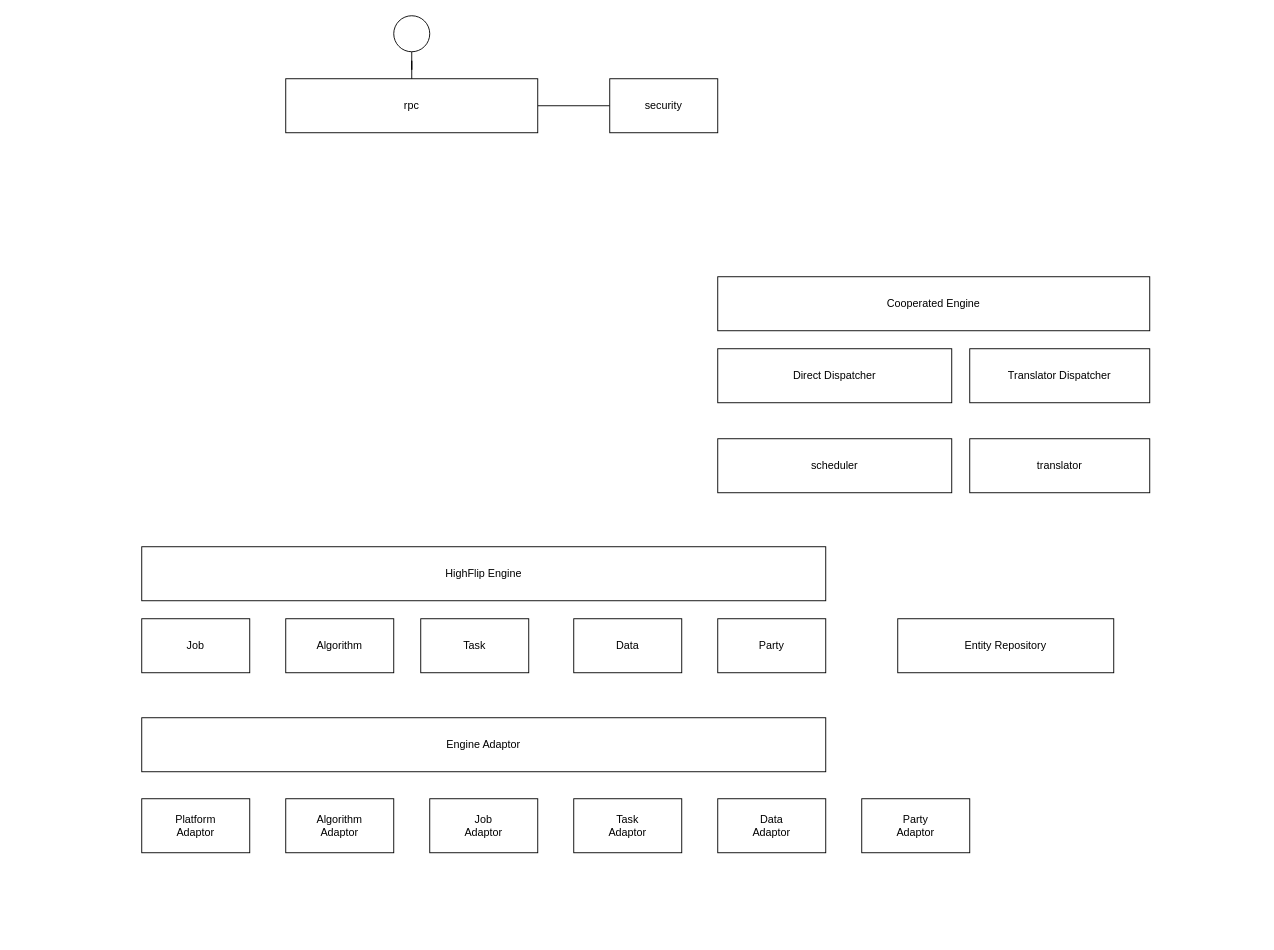
baidu/highflip keeps this draw.io diagram as page "Page-1" (1 of 9) of highflip-doc/doc/drawio/highflip-doc.drawio. Above is the earlier version. Source tidied: cells renumbered, new cells numbered last; positions are measured from the earlier drawing's top-left corner, leaving out a move shared by most shapes. Both pictures are drawn from the tidied source at 90%, with x=0, y=0 at pixel (141, 15).
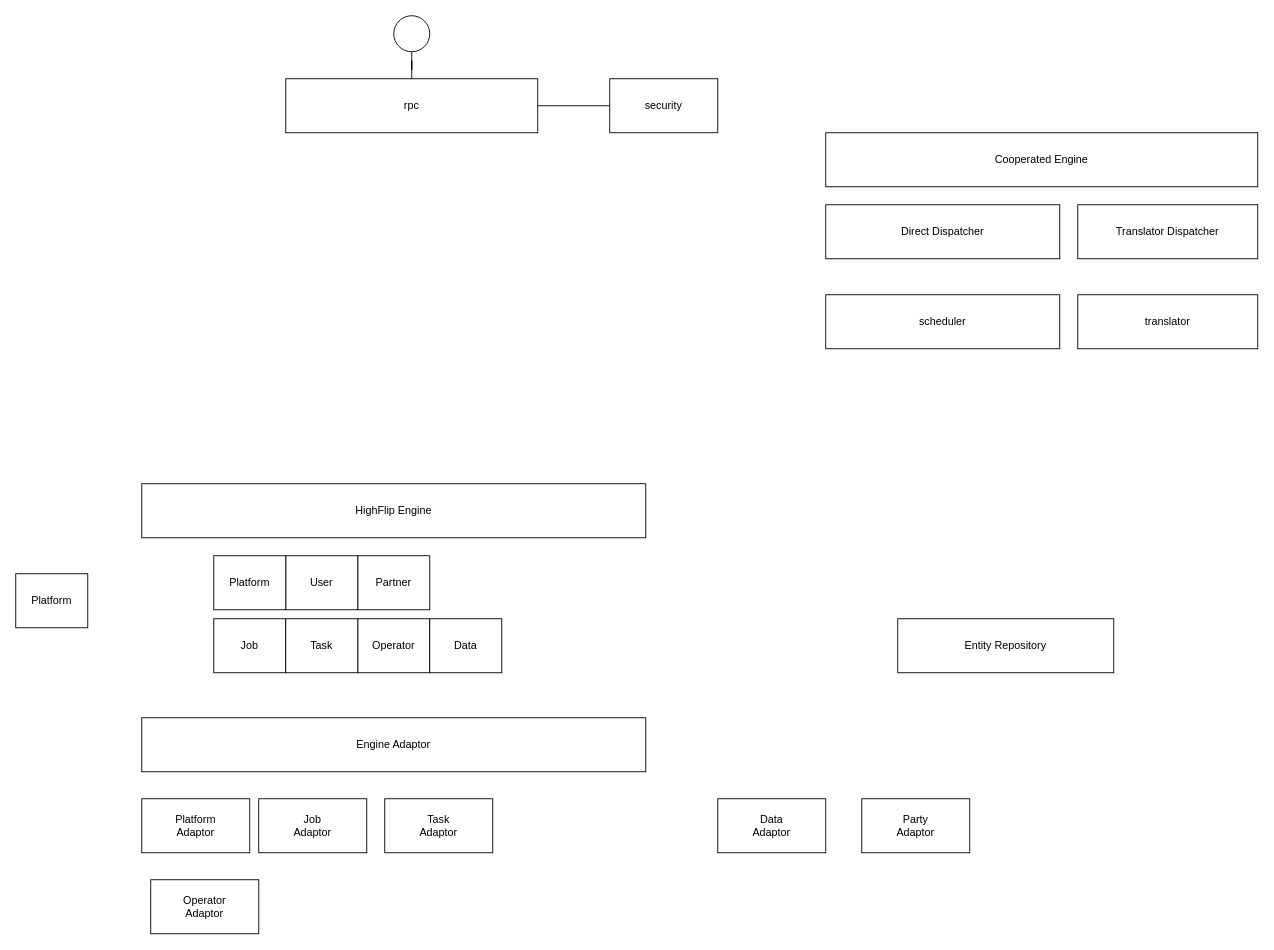
After the change.

The edit, as a diff of the source:
```diff
@@
     <mxCell id="7" value="scheduler" style="rounded=0;whiteSpace=wrap;html=1;" parent="1" vertex="1">
-      <mxGeometry x="640" y="470" width="260" height="60" as="geometry" />
+      <mxGeometry x="760" y="310" width="260" height="60" as="geometry" />
     </mxCell>
     <mxCell id="8" value="Task&lt;br&gt;Adaptor" style="rounded=0;whiteSpace=wrap;html=1;" parent="1" vertex="1">
-      <mxGeometry x="480" y="870" width="120" height="60" as="geometry" />
+      <mxGeometry x="270" y="870" width="120" height="60" as="geometry" />
     </mxCell>
     <mxCell id="9" value="Job&lt;br&gt;Adaptor" style="rounded=0;whiteSpace=wrap;html=1;" parent="1" vertex="1">
-      <mxGeometry x="320" y="870" width="120" height="60" as="geometry" />
+      <mxGeometry x="130" y="870" width="120" height="60" as="geometry" />
     </mxCell>
@@
     <mxCell id="11" value="translator" style="rounded=0;whiteSpace=wrap;html=1;" parent="1" vertex="1">
-      <mxGeometry x="920" y="470" width="200" height="60" as="geometry" />
+      <mxGeometry x="1040" y="310" width="200" height="60" as="geometry" />
     </mxCell>
@@
-    <mxCell id="13" value="Algorithm&lt;br&gt;Adaptor" style="rounded=0;whiteSpace=wrap;html=1;" parent="1" vertex="1">
-      <mxGeometry x="160" y="870" width="120" height="60" as="geometry" />
+    <mxCell id="13" value="Operator&lt;br&gt;Adaptor" style="rounded=0;whiteSpace=wrap;html=1;" parent="1" vertex="1">
+      <mxGeometry x="10" y="960" width="120" height="60" as="geometry" />
     </mxCell>
     <mxCell id="14" value="Engine Adaptor" style="rounded=0;whiteSpace=wrap;html=1;" parent="1" vertex="1">
-      <mxGeometry y="780" width="760" height="60" as="geometry" />
+      <mxGeometry y="780" width="560" height="60" as="geometry" />
     </mxCell>
@@
     <mxCell id="16" value="Translator Dispatcher" style="rounded=0;whiteSpace=wrap;html=1;" parent="1" vertex="1">
-      <mxGeometry x="920" y="370" width="200" height="60" as="geometry" />
+      <mxGeometry x="1040" y="210" width="200" height="60" as="geometry" />
     </mxCell>
     <mxCell id="17" value="Direct Dispatcher" style="rounded=0;whiteSpace=wrap;html=1;" parent="1" vertex="1">
-      <mxGeometry x="640" y="370" width="260" height="60" as="geometry" />
+      <mxGeometry x="760" y="210" width="260" height="60" as="geometry" />
     </mxCell>
     <mxCell id="18" value="Cooperated Engine" style="rounded=0;whiteSpace=wrap;html=1;" parent="1" vertex="1">
-      <mxGeometry x="640" y="290" width="480" height="60" as="geometry" />
+      <mxGeometry x="760" y="130" width="480" height="60" as="geometry" />
     </mxCell>
     <mxCell id="19" value="HighFlip Engine" style="rounded=0;whiteSpace=wrap;html=1;" parent="1" vertex="1">
-      <mxGeometry y="590" width="760" height="60" as="geometry" />
+      <mxGeometry y="520" width="560" height="60" as="geometry" />
     </mxCell>
@@
     <mxCell id="21" value="Job" style="rounded=0;whiteSpace=wrap;html=1;" parent="1" vertex="1">
-      <mxGeometry y="670" width="120" height="60" as="geometry" />
+      <mxGeometry x="80" y="670" width="80" height="60" as="geometry" />
     </mxCell>
-    <mxCell id="22" value="Algorithm" style="rounded=0;whiteSpace=wrap;html=1;" parent="1" vertex="1">
-      <mxGeometry x="160" y="670" width="120" height="60" as="geometry" />
+    <mxCell id="22" value="Operator" style="rounded=0;whiteSpace=wrap;html=1;" parent="1" vertex="1">
+      <mxGeometry x="240" y="670" width="80" height="60" as="geometry" />
     </mxCell>
     <mxCell id="23" value="Task" style="rounded=0;whiteSpace=wrap;html=1;" parent="1" vertex="1">
-      <mxGeometry x="310" y="670" width="120" height="60" as="geometry" />
+      <mxGeometry x="160" y="670" width="80" height="60" as="geometry" />
     </mxCell>
     <mxCell id="24" value="Data" style="rounded=0;whiteSpace=wrap;html=1;" parent="1" vertex="1">
-      <mxGeometry x="480" y="670" width="120" height="60" as="geometry" />
+      <mxGeometry x="320" y="670" width="80" height="60" as="geometry" />
     </mxCell>
-    <mxCell id="25" value="Party" style="rounded=0;whiteSpace=wrap;html=1;" parent="1" vertex="1">
-      <mxGeometry x="640" y="670" width="120" height="60" as="geometry" />
+    <mxCell id="25" value="Partner" style="rounded=0;whiteSpace=wrap;html=1;" parent="1" vertex="1">
+      <mxGeometry x="240" y="600" width="80" height="60" as="geometry" />
     </mxCell>
+    <mxCell id="26" value="User" style="rounded=0;whiteSpace=wrap;html=1;" parent="1" vertex="1">
+      <mxGeometry x="160" y="600" width="80" height="60" as="geometry" />
+    </mxCell>
+    <mxCell id="27" value="Platform" style="rounded=0;whiteSpace=wrap;html=1;" parent="1" vertex="1">
+      <mxGeometry x="80" y="600" width="80" height="60" as="geometry" />
+    </mxCell>
+    <mxCell id="28" value="Platform" style="rounded=0;whiteSpace=wrap;html=1;" parent="1" vertex="1">
+      <mxGeometry x="-140" y="620" width="80" height="60" as="geometry" />
+    </mxCell>
```
